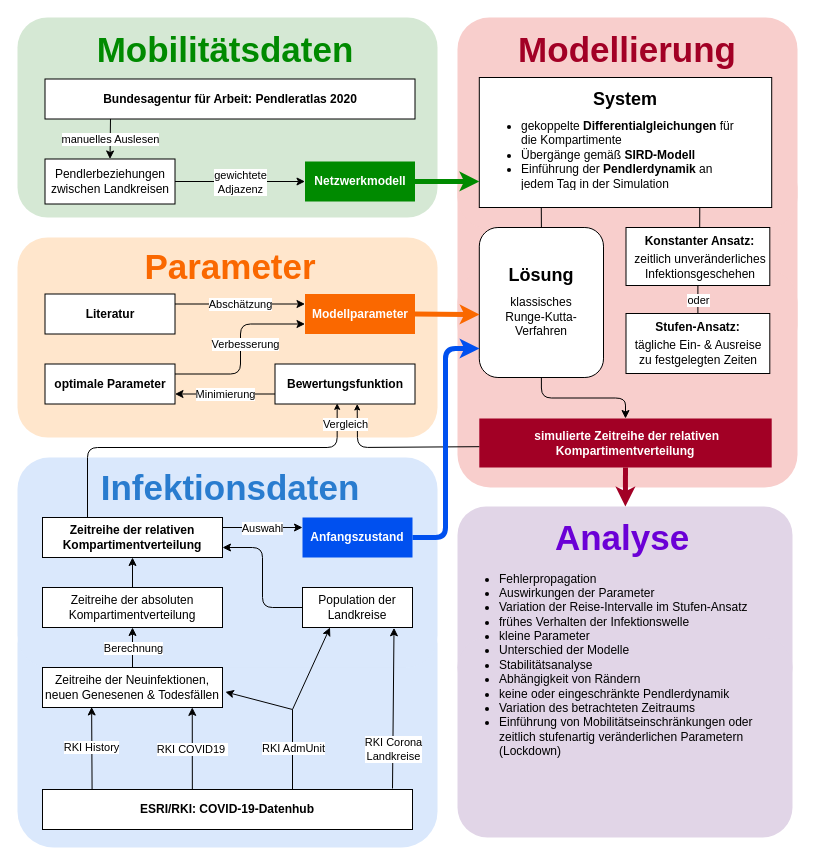
torbensun/Modeling-Of-Epidemics-With-Compartmental-And-Network-Models keeps this draw.io diagram as Media/Flowchart.drawio. Above is the earlier version. Source tidied: cells renumbered, new cells numbered last; positions are measured from the earlier drawing's top-left corner, leaving out a move shared by most shapes. Both pictures are drawn from the tidied source at 100%, with x=0, y=0 at pixel (17, 17).
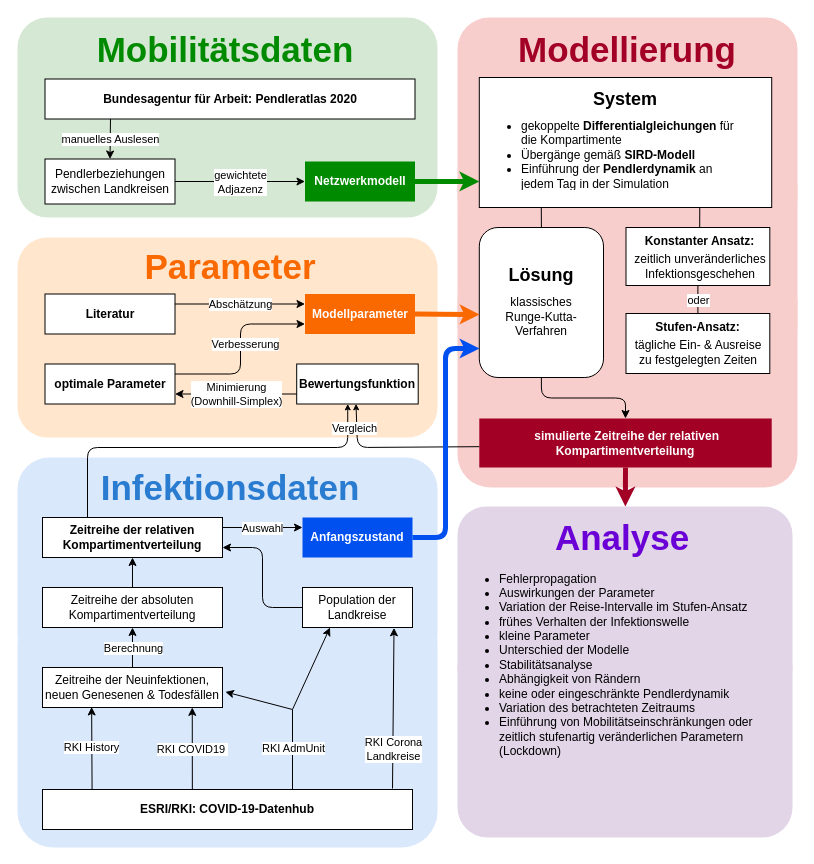
After the change.

Unchanged cells that the change refers to:
```xml
<mxCell id="16" value="&lt;b&gt;Zeitreihe der relativen Kompartimentverteilung&lt;/b&gt;" style="rounded=0;whiteSpace=wrap;html=1;" parent="1" vertex="1">
  <mxGeometry x="25" y="500" width="180" height="40" as="geometry" />
</mxCell>
<mxCell id="43" value="&lt;b&gt;&amp;nbsp;simulierte Zeitreihe der relativen Kompartimentverteilung&lt;/b&gt;" style="rounded=0;whiteSpace=wrap;html=1;fontColor=#ffffff;strokeColor=none;fillColor=#A20025;" parent="1" vertex="1">
  <mxGeometry x="461.8" y="401" width="292.4" height="49" as="geometry" />
</mxCell>
<mxCell id="53" style="endArrow=classic;html=1;fontSize=12;fontColor=#000000;exitX=0;exitY=0.75;exitDx=0;exitDy=0;entryX=1;entryY=0.75;entryDx=0;entryDy=0;" parent="1" edge="1" source="52" target="55">
  <mxGeometry relative="1" as="geometry" />
</mxCell>
```

The edit, as a diff of the source:
```diff
@@
     <mxCell id="52" value="&lt;b&gt;Bewertungsfunktion&lt;/b&gt;" style="rounded=0;whiteSpace=wrap;html=1;" parent="1" vertex="1">
-      <mxGeometry x="257.5" y="346.5" width="140" height="40" as="geometry" />
+      <mxGeometry x="279.2" y="346.5" width="121.5" height="40" as="geometry" />
     </mxCell>
@@
-    <mxCell id="54" value="Minimierung" style="edgeLabel;html=1;align=center;verticalAlign=middle;" parent="53" vertex="1">
+    <mxCell id="54" value="Minimierung&lt;br&gt;(Downhill-Simplex)" style="edgeLabel;html=1;align=center;verticalAlign=middle;" parent="53" vertex="1">
       <mxGeometry relative="1" as="geometry" />
     </mxCell>
@@
-    <mxCell id="73" style="endArrow=classic;html=1;fontColor=#FFFFFF;startSize=7;endSize=4;sourcePerimeterSpacing=8;strokeWidth=1;entryX=0.587;entryY=0.999;entryDx=0;entryDy=0;entryPerimeter=0;exitX=0;exitY=0.575;exitDx=0;exitDy=0;exitPerimeter=0;" parent="1" edge="1" source="43" target="52">
+    <mxCell id="73" style="endArrow=classic;html=1;fontColor=#FFFFFF;startSize=7;endSize=4;sourcePerimeterSpacing=8;strokeWidth=1;exitX=0;exitY=0.575;exitDx=0;exitDy=0;exitPerimeter=0;entryX=0.488;entryY=0.995;entryDx=0;entryDy=0;entryPerimeter=0;" parent="1" edge="1" source="43" target="52">
       <mxGeometry relative="1" as="geometry">
         <Array as="points">
           <mxPoint x="340" y="430" />
         </Array>
       </mxGeometry>
     </mxCell>
@@
-    <mxCell id="75" style="edgeStyle=elbowEdgeStyle;elbow=vertical;endArrow=classic;html=1;fontColor=#FFFFFF;startSize=7;endSize=4;sourcePerimeterSpacing=8;strokeWidth=1;gradientColor=#b3b3b3;fillColor=#f5f5f5;exitX=0.25;exitY=0;exitDx=0;exitDy=0;entryX=0.444;entryY=0.983;entryDx=0;entryDy=0;entryPerimeter=0;" parent="1" edge="1" source="16" target="52">
+    <mxCell id="75" style="edgeStyle=elbowEdgeStyle;elbow=vertical;endArrow=classic;html=1;fontColor=#FFFFFF;startSize=7;endSize=4;sourcePerimeterSpacing=8;strokeWidth=1;gradientColor=#b3b3b3;fillColor=#f5f5f5;exitX=0.25;exitY=0;exitDx=0;exitDy=0;entryX=0.42;entryY=0.997;entryDx=0;entryDy=0;entryPerimeter=0;" parent="1" edge="1" source="16" target="52">
       <mxGeometry relative="1" as="geometry">
         <Array as="points">
           <mxPoint x="200" y="430" />
         </Array>
       </mxGeometry>
     </mxCell>
     <mxCell id="76" value="Vergleich" style="edgeLabel;html=1;align=center;verticalAlign=middle;" parent="1" vertex="1">
-      <mxGeometry x="327.5" y="406" as="geometry" />
+      <mxGeometry x="336" y="410" as="geometry" />
     </mxCell>
```
